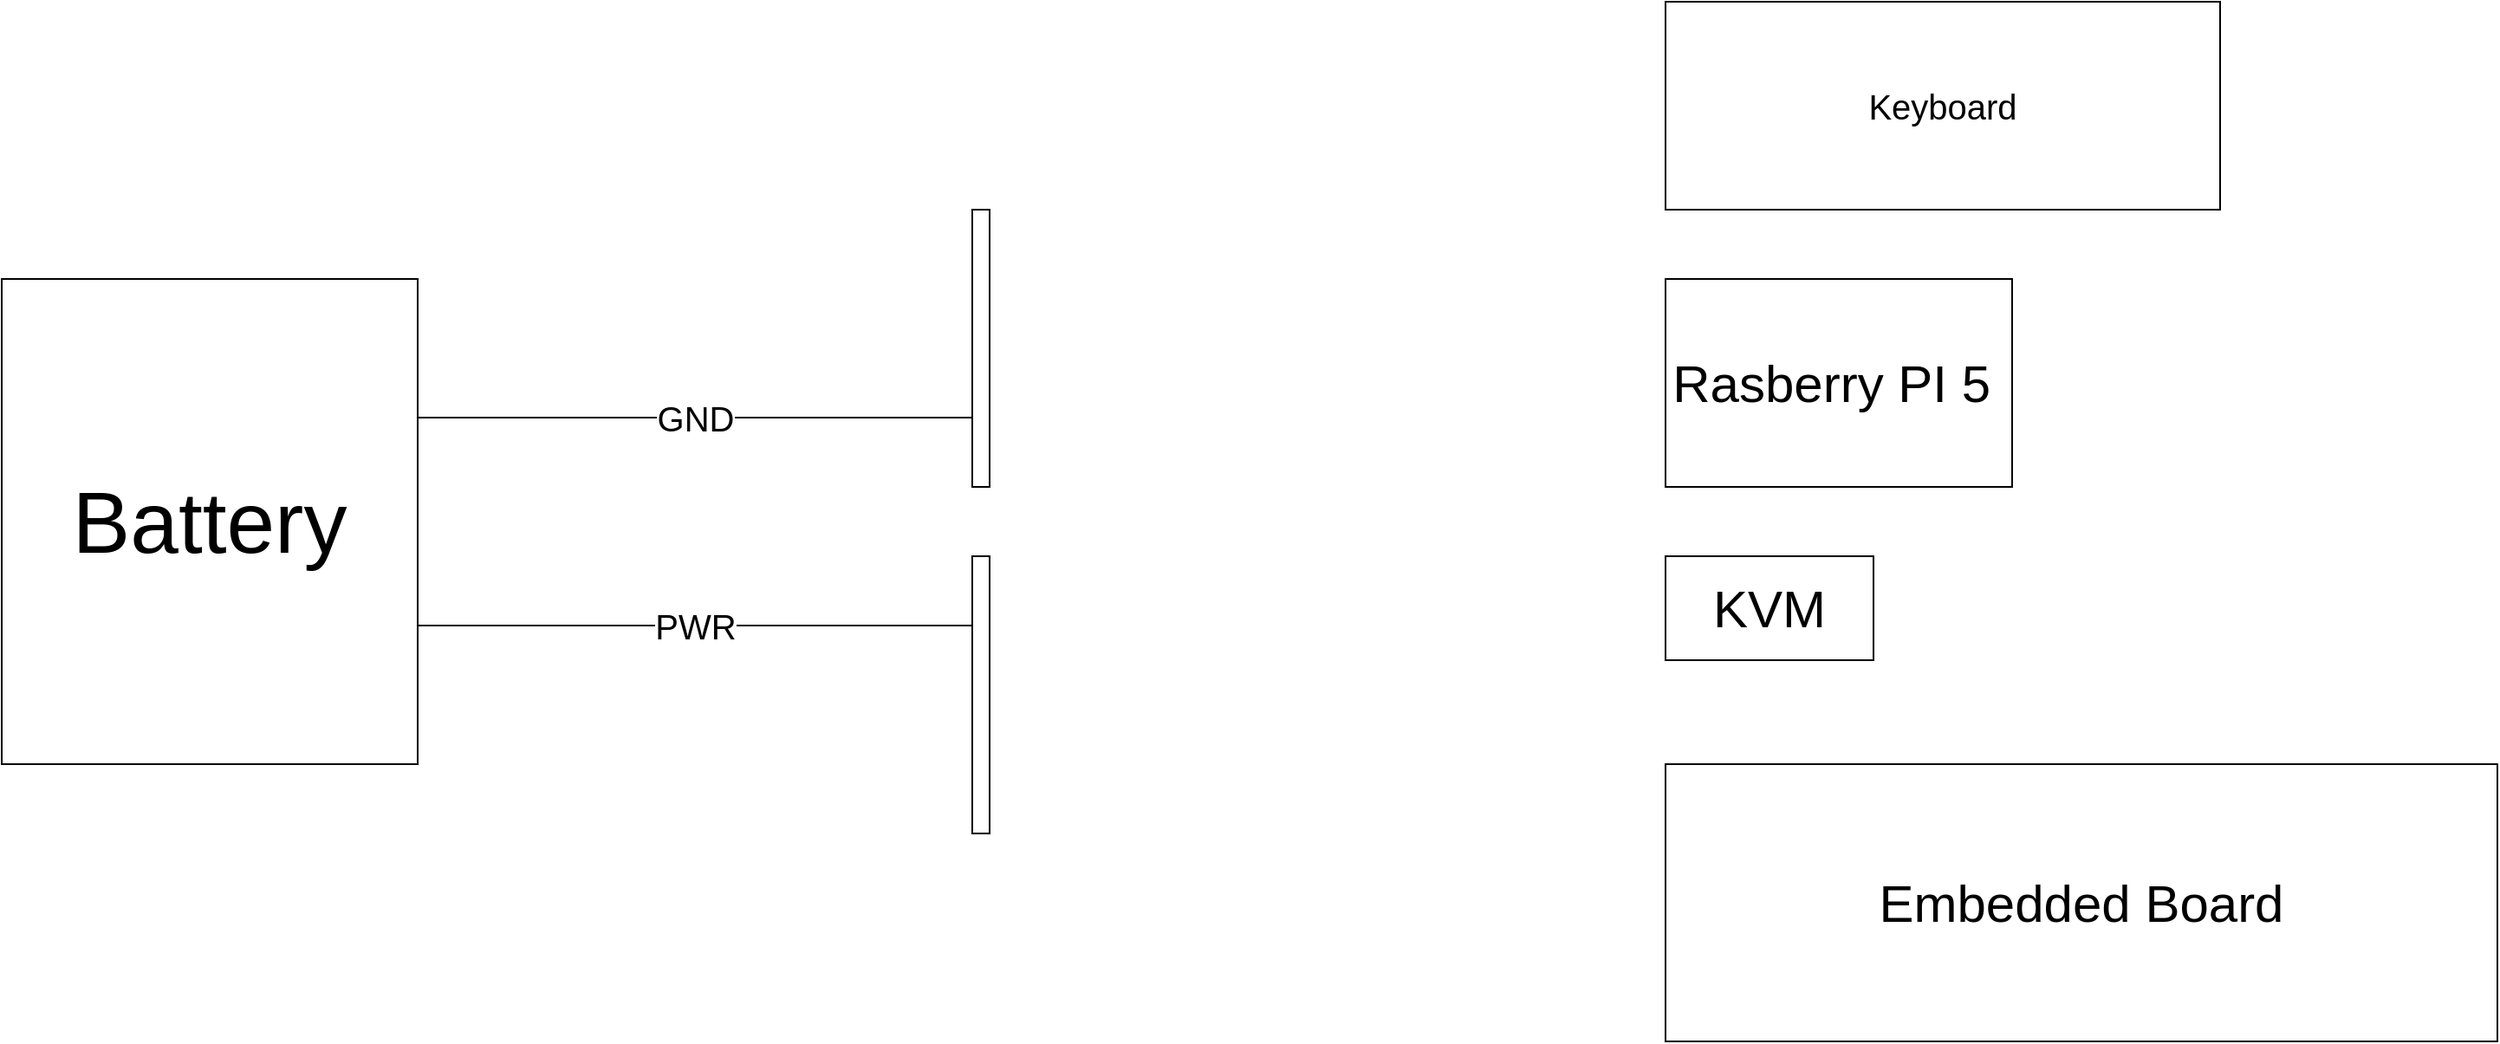
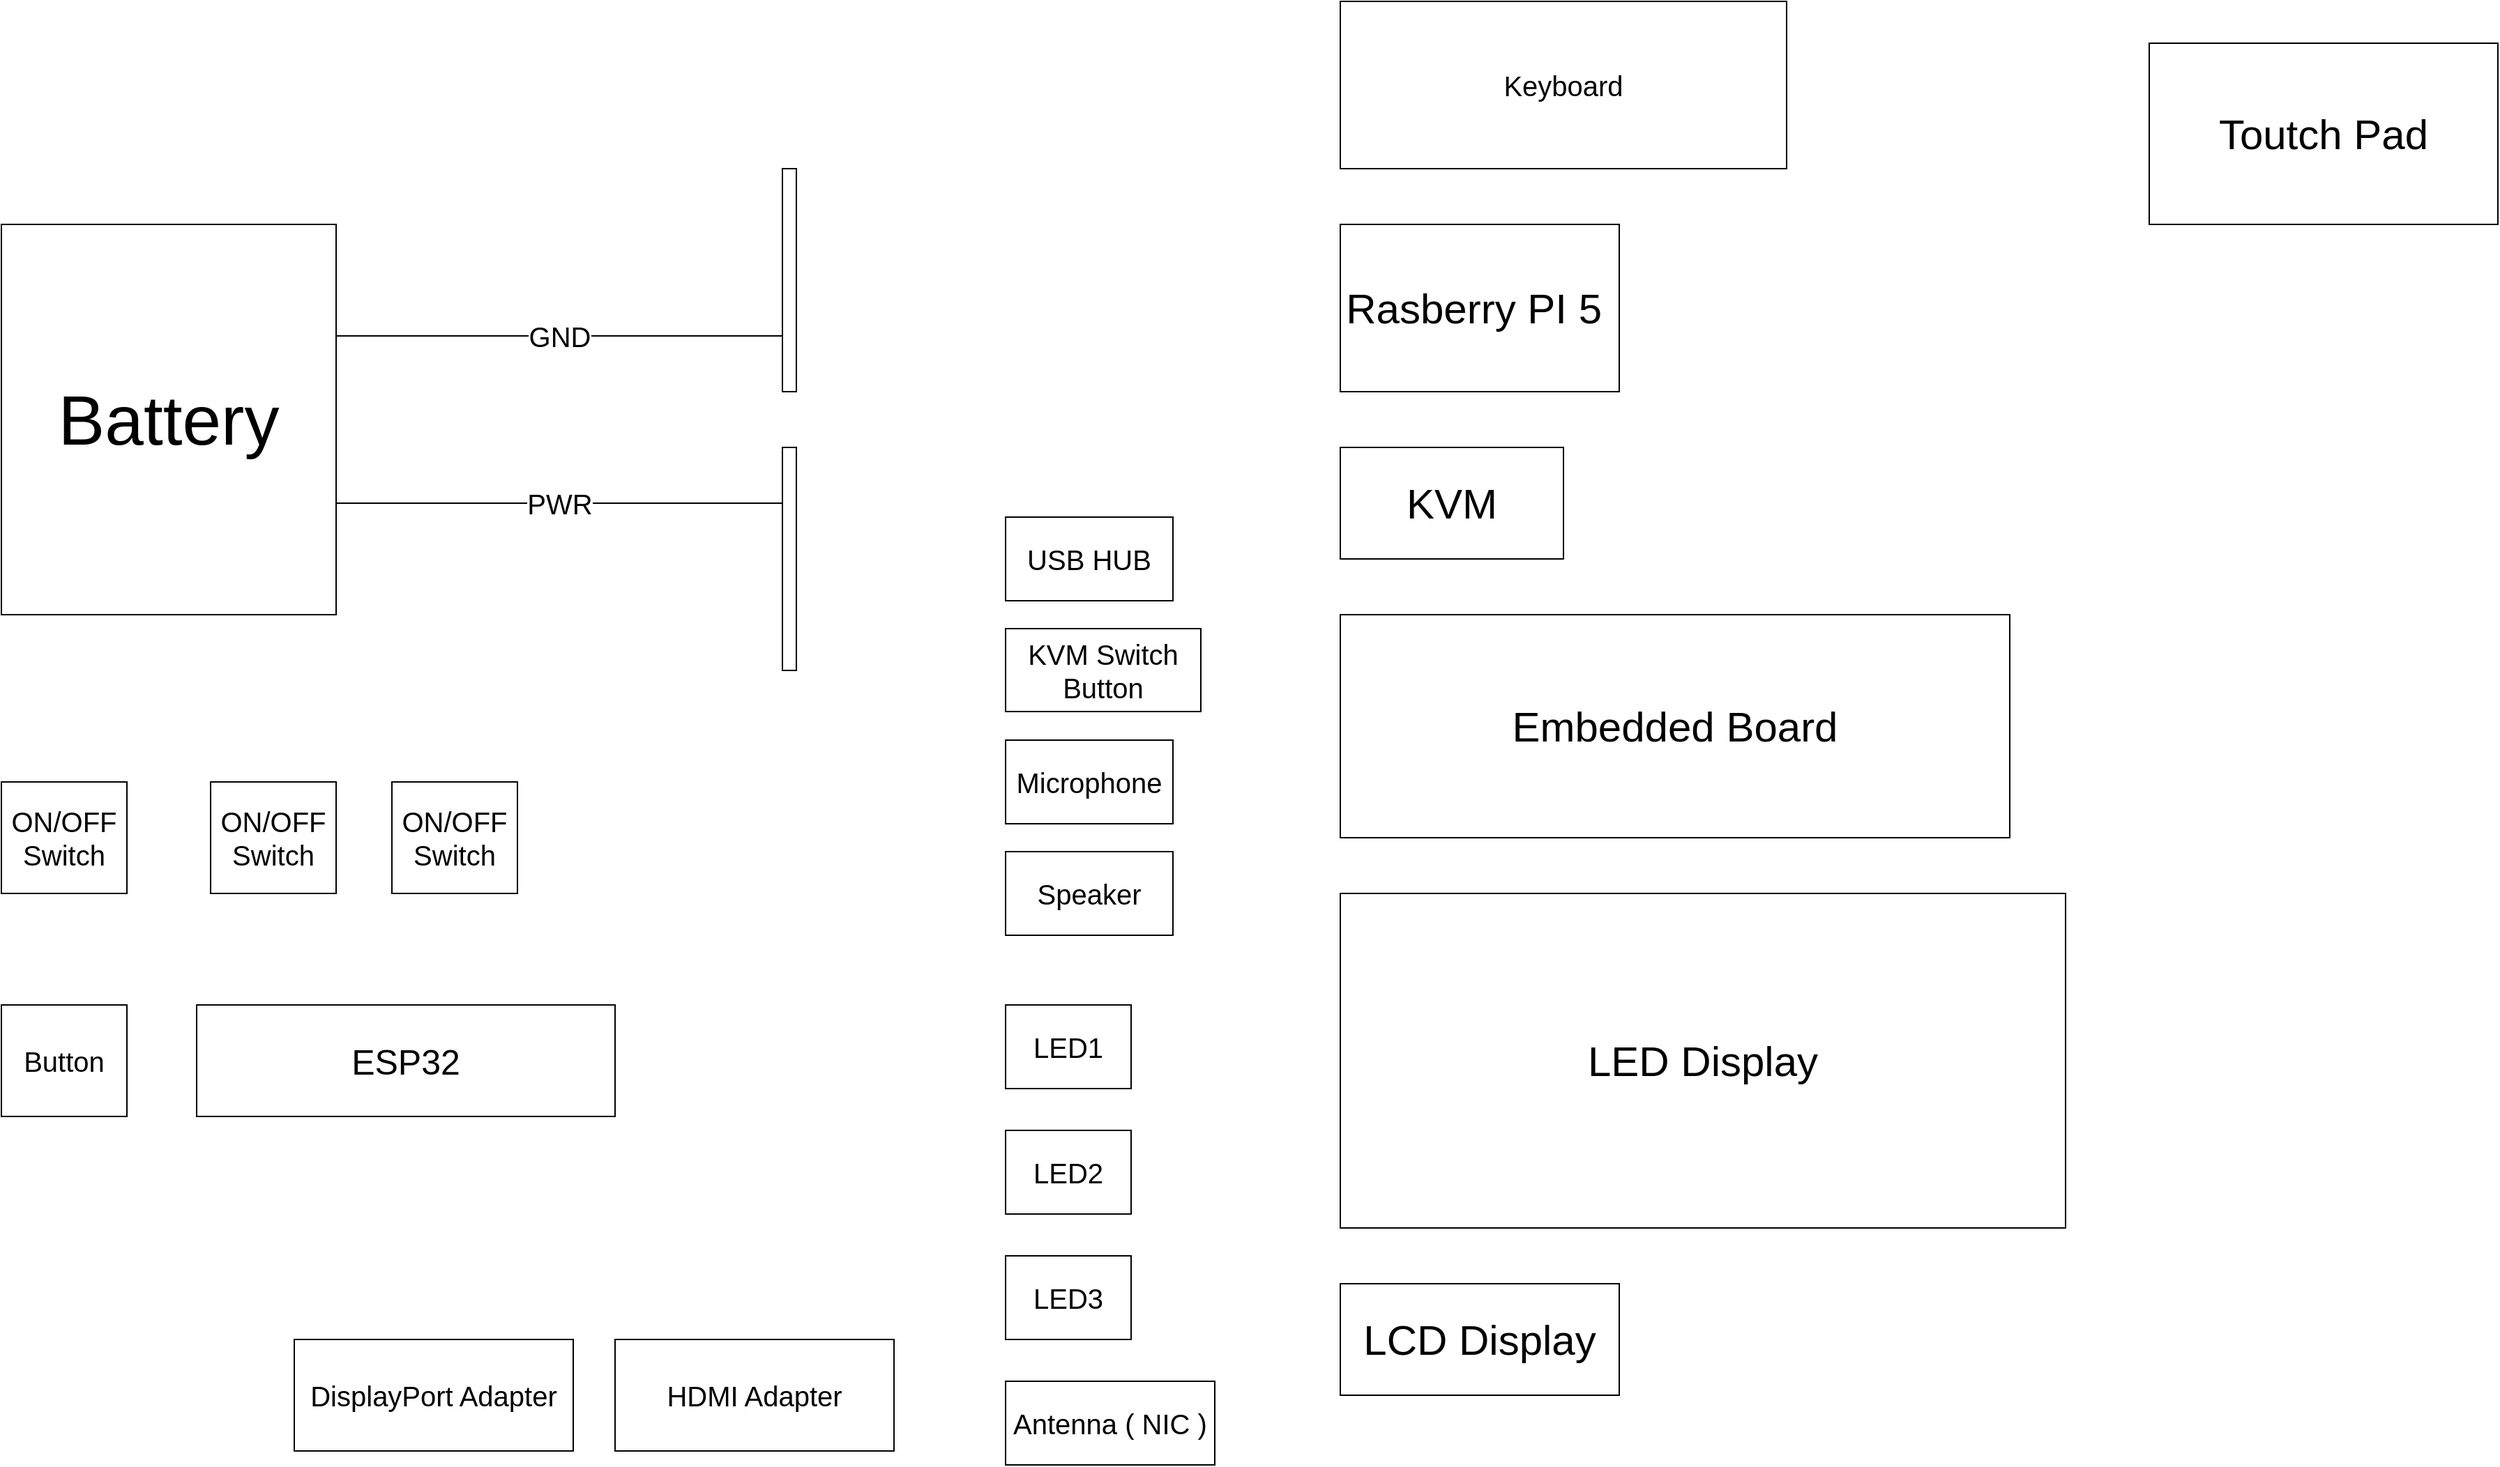
<mxfile host="app.diagrams.net">
  <diagram name="Page-1" id="-A7zwxtQQ4c7CkvIr7jm">
-     <mxGraphModel dx="1490" dy="932" grid="1" gridSize="10" guides="1" tooltips="1" connect="1" arrows="1" fold="1" page="1" pageScale="1" pageWidth="3300" pageHeight="2339" math="0" shadow="0">
+     <mxGraphModel dx="1987" dy="1242" grid="1" gridSize="10" guides="1" tooltips="1" connect="1" arrows="1" fold="1" page="1" pageScale="1" pageWidth="3300" pageHeight="2339" math="0" shadow="0">
      <root>
        <mxCell id="0" />
        <mxCell id="1" parent="0" />
        <mxCell id="-z_A7mw_hyHojzm8xq02-5" parent="1" style="rounded=0;whiteSpace=wrap;html=1;" value="&lt;font style=&quot;font-size: 50px;&quot;&gt;Battery&lt;/font&gt;" vertex="1">
          <mxGeometry height="280" width="240" x="1120" y="920" as="geometry" />
        </mxCell>
        <mxCell id="-z_A7mw_hyHojzm8xq02-14" edge="1" parent="1" style="endArrow=none;html=1;rounded=0;" value="&lt;font style=&quot;font-size: 20px;&quot;&gt;PWR&lt;/font&gt;">
          <mxGeometry height="50" relative="1" width="50" as="geometry">
            <mxPoint x="1360" y="1120" as="sourcePoint" />
            <mxPoint x="1680" y="1120" as="targetPoint" />
          </mxGeometry>
        </mxCell>
        <mxCell id="-z_A7mw_hyHojzm8xq02-16" edge="1" parent="1" style="endArrow=none;html=1;rounded=0;" value="&lt;font style=&quot;font-size: 20px;&quot;&gt;GND&lt;/font&gt;">
          <mxGeometry height="50" relative="1" width="50" as="geometry">
            <mxPoint x="1360" y="1000" as="sourcePoint" />
            <mxPoint x="1680" y="1000" as="targetPoint" />
          </mxGeometry>
        </mxCell>
        <mxCell id="-z_A7mw_hyHojzm8xq02-18" parent="1" style="rounded=0;whiteSpace=wrap;html=1;" value="" vertex="1">
          <mxGeometry height="160" width="10" x="1680" y="1080" as="geometry" />
        </mxCell>
        <mxCell id="-z_A7mw_hyHojzm8xq02-20" parent="1" style="rounded=0;whiteSpace=wrap;html=1;" value="" vertex="1">
          <mxGeometry height="160" width="10" x="1680" y="880" as="geometry" />
        </mxCell>
        <mxCell id="-z_A7mw_hyHojzm8xq02-23" parent="1" style="rounded=0;whiteSpace=wrap;html=1;" value="&lt;font style=&quot;font-size: 20px;&quot;&gt;Keyboard&lt;/font&gt;" vertex="1">
          <mxGeometry height="120" width="320" x="2080" y="760" as="geometry" />
        </mxCell>
        <mxCell id="-z_A7mw_hyHojzm8xq02-25" parent="1" style="rounded=0;whiteSpace=wrap;html=1;" value="&lt;font style=&quot;font-size: 30px;&quot;&gt;Rasberry PI 5&amp;nbsp;&lt;/font&gt;" vertex="1">
          <mxGeometry height="120" width="200" x="2080" y="920" as="geometry" />
        </mxCell>
        <mxCell id="-z_A7mw_hyHojzm8xq02-26" parent="1" style="rounded=0;whiteSpace=wrap;html=1;" value="&lt;font style=&quot;font-size: 30px;&quot;&gt;KVM&lt;/font&gt;" vertex="1">
-           <mxGeometry height="60" width="120" x="2080" y="1080" as="geometry" />
+           <mxGeometry height="80" width="160" x="2080" y="1080" as="geometry" />
        </mxCell>
        <mxCell id="-z_A7mw_hyHojzm8xq02-27" parent="1" style="rounded=0;whiteSpace=wrap;html=1;" value="&lt;font style=&quot;font-size: 30px;&quot;&gt;Embedded Board&lt;/font&gt;" vertex="1">
          <mxGeometry height="160" width="480" x="2080" y="1200" as="geometry" />
+         </mxCell>
+         <mxCell id="dbD3cyStfzAGDS6KlF5t-1" parent="1" style="rounded=0;whiteSpace=wrap;html=1;" value="&lt;div&gt;&lt;font style=&quot;font-size: 30px;&quot;&gt;LED&amp;nbsp;Display&lt;/font&gt;&lt;/div&gt;" vertex="1">
+           <mxGeometry height="240" width="520" x="2080" y="1400" as="geometry" />
+         </mxCell>
+         <mxCell id="dbD3cyStfzAGDS6KlF5t-2" parent="1" style="rounded=0;whiteSpace=wrap;html=1;" value="&lt;font style=&quot;font-size: 30px;&quot;&gt;LCD Display&lt;/font&gt;" vertex="1">
+           <mxGeometry height="80" width="200" x="2080" y="1680" as="geometry" />
+         </mxCell>
+         <mxCell id="dbD3cyStfzAGDS6KlF5t-3" parent="1" style="rounded=0;whiteSpace=wrap;html=1;" value="&lt;font style=&quot;font-size: 20px;&quot;&gt;ON/OFF Switch&lt;/font&gt;" vertex="1">
+           <mxGeometry height="80" width="90" x="1120" y="1320" as="geometry" />
+         </mxCell>
+         <mxCell id="dbD3cyStfzAGDS6KlF5t-4" parent="1" style="rounded=0;whiteSpace=wrap;html=1;" value="&lt;font style=&quot;font-size: 20px;&quot;&gt;ON/OFF Switch&lt;/font&gt;" vertex="1">
+           <mxGeometry height="80" width="90" x="1270" y="1320" as="geometry" />
+         </mxCell>
+         <mxCell id="dbD3cyStfzAGDS6KlF5t-5" parent="1" style="rounded=0;whiteSpace=wrap;html=1;" value="&lt;font style=&quot;font-size: 20px;&quot;&gt;ON/OFF Switch&lt;/font&gt;" vertex="1">
+           <mxGeometry height="80" width="90" x="1400" y="1320" as="geometry" />
+         </mxCell>
+         <mxCell id="dbD3cyStfzAGDS6KlF5t-6" parent="1" style="rounded=0;whiteSpace=wrap;html=1;" value="&lt;font style=&quot;font-size: 20px;&quot;&gt;Button&lt;/font&gt;" vertex="1">
+           <mxGeometry height="80" width="90" x="1120" y="1480" as="geometry" />
+         </mxCell>
+         <mxCell id="dbD3cyStfzAGDS6KlF5t-7" parent="1" style="rounded=0;whiteSpace=wrap;html=1;" value="&lt;font style=&quot;font-size: 25px;&quot;&gt;ESP32&lt;/font&gt;" vertex="1">
+           <mxGeometry height="80" width="300" x="1260" y="1480" as="geometry" />
+         </mxCell>
+         <mxCell id="dbD3cyStfzAGDS6KlF5t-8" parent="1" style="rounded=0;whiteSpace=wrap;html=1;" value="&lt;font style=&quot;font-size: 30px;&quot;&gt;Toutch Pad&lt;/font&gt;" vertex="1">
+           <mxGeometry height="130" width="250" x="2660" y="790" as="geometry" />
+         </mxCell>
+         <mxCell id="dbD3cyStfzAGDS6KlF5t-9" parent="1" style="rounded=0;whiteSpace=wrap;html=1;" value="&lt;font style=&quot;font-size: 20px;&quot;&gt;Microphone&lt;/font&gt;" vertex="1">
+           <mxGeometry height="60" width="120" x="1840" y="1290" as="geometry" />
+         </mxCell>
+         <mxCell id="dbD3cyStfzAGDS6KlF5t-10" parent="1" style="rounded=0;whiteSpace=wrap;html=1;" value="&lt;font style=&quot;font-size: 20px;&quot;&gt;Speaker&lt;/font&gt;" vertex="1">
+           <mxGeometry height="60" width="120" x="1840" y="1370" as="geometry" />
+         </mxCell>
+         <mxCell id="dbD3cyStfzAGDS6KlF5t-11" parent="1" style="rounded=0;whiteSpace=wrap;html=1;" value="&lt;font style=&quot;font-size: 20px;&quot;&gt;LED1&lt;/font&gt;" vertex="1">
+           <mxGeometry height="60" width="90" x="1840" y="1480" as="geometry" />
+         </mxCell>
+         <mxCell id="dbD3cyStfzAGDS6KlF5t-12" parent="1" style="rounded=0;whiteSpace=wrap;html=1;" value="&lt;font style=&quot;font-size: 20px;&quot;&gt;LED2&lt;/font&gt;" vertex="1">
+           <mxGeometry height="60" width="90" x="1840" y="1570" as="geometry" />
+         </mxCell>
+         <mxCell id="dbD3cyStfzAGDS6KlF5t-13" parent="1" style="rounded=0;whiteSpace=wrap;html=1;" value="&lt;div&gt;&lt;font style=&quot;font-size: 20px;&quot;&gt;LED3&lt;/font&gt;&lt;/div&gt;" vertex="1">
+           <mxGeometry height="60" width="90" x="1840" y="1660" as="geometry" />
+         </mxCell>
+         <mxCell id="dbD3cyStfzAGDS6KlF5t-14" parent="1" style="rounded=0;whiteSpace=wrap;html=1;fontSize=20;" value="&lt;font&gt;Antenna ( NIC )&lt;/font&gt;" vertex="1">
+           <mxGeometry height="60" width="150" x="1840" y="1750" as="geometry" />
+         </mxCell>
+         <mxCell id="dbD3cyStfzAGDS6KlF5t-15" parent="1" style="rounded=0;whiteSpace=wrap;html=1;" value="&lt;font style=&quot;font-size: 20px;&quot;&gt;HDMI Adapter&lt;/font&gt;" vertex="1">
+           <mxGeometry height="80" width="200" x="1560" y="1720" as="geometry" />
+         </mxCell>
+         <mxCell id="dbD3cyStfzAGDS6KlF5t-16" parent="1" style="rounded=0;whiteSpace=wrap;html=1;" value="&lt;div&gt;&lt;font style=&quot;font-size: 20px;&quot;&gt;DisplayPort Adapter&lt;/font&gt;&lt;/div&gt;" vertex="1">
+           <mxGeometry height="80" width="200" x="1330" y="1720" as="geometry" />
+         </mxCell>
+         <mxCell id="dbD3cyStfzAGDS6KlF5t-17" parent="1" style="rounded=0;whiteSpace=wrap;html=1;fontSize=20;" value="KVM Switch Button" vertex="1">
+           <mxGeometry height="59.5" width="140" x="1840" y="1210" as="geometry" />
+         </mxCell>
+         <mxCell id="dbD3cyStfzAGDS6KlF5t-18" parent="1" style="rounded=0;whiteSpace=wrap;html=1;fontSize=20;" value="&lt;font&gt;USB HUB&lt;/font&gt;" vertex="1">
+           <mxGeometry height="60" width="120" x="1840" y="1130" as="geometry" />
        </mxCell>
      </root>
    </mxGraphModel>
  </diagram>
</mxfile>
